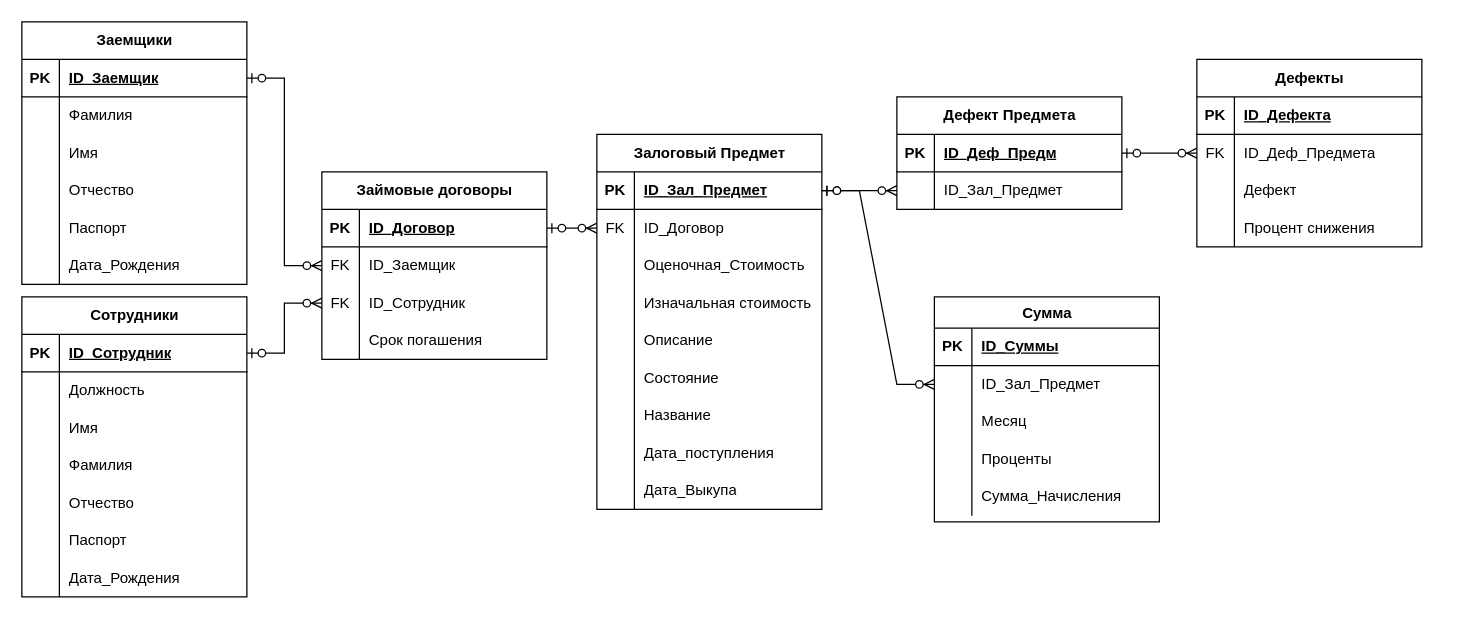
This is bsbd.drawio from 1DeMeNToR1/RocketModUpdater_32, a draw.io file, before an edit. Source tidied: cells renumbered, new cells numbered last; positions are measured from the earlier drawing's top-left corner, leaving out a move shared by most shapes. Both pictures are drawn from the tidied source at 125%, with x=0, y=0 at pixel (21, 21).
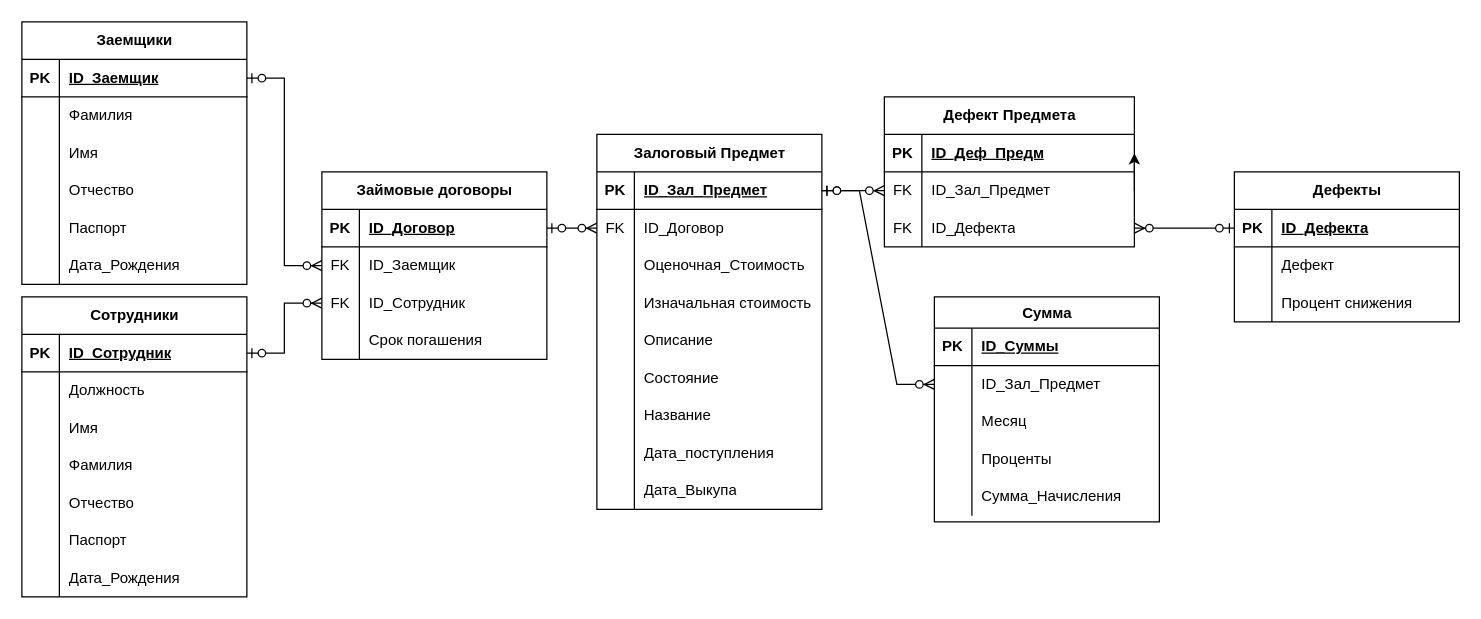
After the change.

Unchanged cells that the change refers to:
```xml
<mxCell id="111" style="shape=tableRow;horizontal=0;startSize=0;swimlaneHead=0;swimlaneBody=0;fillColor=none;points=[[0,0.5],[1,0.5]];portConstraint=eastwest;top=0;left=0;right=0;bottom=1;" parent="110" vertex="1">
  <mxGeometry y="30" width="180" height="30" as="geometry" />
</mxCell>
```

Change to the diagram source:
```diff
@@
+    <mxCell id="126" style="edgeStyle=orthogonalEdgeStyle;rounded=0;jettySize=auto;html=1;exitX=1;exitY=0.5;exitDx=0;exitDy=0;entryX=1;entryY=0.5;entryDx=0;entryDy=0;" parent="1" edge="1" source="90" target="87">
+      <mxGeometry relative="1" as="geometry" />
+    </mxCell>
@@
     <mxCell id="86" value="Дефект Предмета" style="shape=table;startSize=30;childLayout=tableLayout;rowLines=0;fontStyle=1;align=center;html=1;" parent="1" vertex="1">
-      <mxGeometry x="700" y="60" width="180" height="90" as="geometry" />
+      <mxGeometry x="690" y="60" width="200" height="120" as="geometry" />
     </mxCell>
     <mxCell id="87" style="shape=tableRow;horizontal=0;startSize=0;swimlaneHead=0;swimlaneBody=0;fillColor=none;points=[[0,0.5],[1,0.5]];portConstraint=eastwest;top=0;left=0;right=0;bottom=1;" parent="86" vertex="1">
-      <mxGeometry y="30" width="180" height="30" as="geometry" />
+      <mxGeometry y="30" width="200" height="30" as="geometry" />
     </mxCell>
@@
     <mxCell id="89" value="ID_Деф_Предм" style="shape=partialRectangle;fillColor=none;top=0;left=0;bottom=0;right=0;align=left;spacingLeft=6;fontStyle=5;overflow=hidden;whiteSpace=wrap;html=1;" parent="87" vertex="1">
-      <mxGeometry x="30" width="150" height="30" as="geometry" />
+      <mxGeometry x="30" width="170" height="30" as="geometry" />
     </mxCell>
     <mxCell id="90" style="shape=tableRow;horizontal=0;startSize=0;swimlaneHead=0;swimlaneBody=0;fillColor=none;points=[[0,0.5],[1,0.5]];portConstraint=eastwest;top=0;left=0;right=0;bottom=0;" parent="86" vertex="1">
-      <mxGeometry y="60" width="180" height="30" as="geometry" />
+      <mxGeometry y="60" width="200" height="30" as="geometry" />
     </mxCell>
-    <mxCell id="91" style="shape=partialRectangle;fillColor=none;top=0;left=0;bottom=0;right=0;overflow=hidden;whiteSpace=wrap;html=1;" parent="90" vertex="1">
+    <mxCell id="91" value="FK" style="shape=partialRectangle;fillColor=none;top=0;left=0;bottom=0;right=0;overflow=hidden;whiteSpace=wrap;html=1;" parent="90" vertex="1">
       <mxGeometry width="30" height="30" as="geometry" />
     </mxCell>
     <mxCell id="92" value="ID_Зал_Предмет" style="shape=partialRectangle;fillColor=none;top=0;left=0;bottom=0;right=0;align=left;spacingLeft=6;overflow=hidden;whiteSpace=wrap;html=1;" parent="90" vertex="1">
-      <mxGeometry x="30" width="150" height="30" as="geometry" />
+      <mxGeometry x="30" width="170" height="30" as="geometry" />
     </mxCell>
+    <mxCell id="127" style="shape=tableRow;horizontal=0;startSize=0;swimlaneHead=0;swimlaneBody=0;fillColor=none;points=[[0,0.5],[1,0.5]];portConstraint=eastwest;top=0;left=0;right=0;bottom=0;" parent="86" vertex="1">
+      <mxGeometry y="90" width="200" height="30" as="geometry" />
+    </mxCell>
+    <mxCell id="115" value="FK" style="shape=partialRectangle;fillColor=none;top=0;left=0;bottom=0;right=0;overflow=hidden;whiteSpace=wrap;html=1;" parent="127" vertex="1">
+      <mxGeometry width="30" height="30" as="geometry" />
+    </mxCell>
+    <mxCell id="128" value="ID_Дефекта" style="shape=partialRectangle;fillColor=none;top=0;left=0;bottom=0;right=0;align=left;spacingLeft=6;overflow=hidden;whiteSpace=wrap;html=1;" parent="127" vertex="1">
+      <mxGeometry x="30" width="170" height="30" as="geometry" />
+    </mxCell>
@@
     <mxCell id="110" value="Дефекты" style="shape=table;startSize=30;childLayout=tableLayout;rowLines=0;fontStyle=1;align=center;html=1;" parent="1" vertex="1">
-      <mxGeometry x="940" y="30" width="180" height="150" as="geometry" />
+      <mxGeometry x="970" y="120" width="180" height="120" as="geometry" />
     </mxCell>
@@
-    <mxCell id="114" style="shape=tableRow;horizontal=0;startSize=0;swimlaneHead=0;swimlaneBody=0;fillColor=none;points=[[0,0.5],[1,0.5]];portConstraint=eastwest;top=0;left=0;right=0;bottom=0;" parent="110" vertex="1">
-      <mxGeometry y="60" width="180" height="30" as="geometry" />
-    </mxCell>
-    <mxCell id="115" value="FK" style="shape=partialRectangle;fillColor=none;top=0;left=0;bottom=0;right=0;overflow=hidden;whiteSpace=wrap;html=1;" parent="114" vertex="1">
-      <mxGeometry width="30" height="30" as="geometry" />
-    </mxCell>
-    <mxCell id="116" value="ID_Деф_Предмета" style="shape=partialRectangle;fillColor=none;top=0;left=0;bottom=0;right=0;align=left;spacingLeft=6;overflow=hidden;whiteSpace=wrap;html=1;" parent="114" vertex="1">
-      <mxGeometry x="30" width="150" height="30" as="geometry" />
-    </mxCell>
     <mxCell id="117" style="shape=tableRow;horizontal=0;startSize=0;swimlaneHead=0;swimlaneBody=0;fillColor=none;top=0;left=0;right=0;bottom=0;" parent="110" vertex="1">
-      <mxGeometry y="90" width="180" height="30" as="geometry" />
+      <mxGeometry y="60" width="180" height="30" as="geometry" />
     </mxCell>
@@
     <mxCell id="120" style="shape=tableRow;horizontal=0;startSize=0;swimlaneHead=0;swimlaneBody=0;fillColor=none;top=0;left=0;right=0;bottom=0;" parent="110" vertex="1">
-      <mxGeometry y="120" width="180" height="30" as="geometry" />
+      <mxGeometry y="90" width="180" height="30" as="geometry" />
     </mxCell>
@@
-    <mxCell id="125" style="edgeStyle=entityRelationEdgeStyle;fontSize=12;html=1;endArrow=ERzeroToMany;startArrow=ERzeroToOne;rounded=0;exitX=1;exitY=0.5;exitDx=0;exitDy=0;entryX=0;entryY=0.5;entryDx=0;entryDy=0;" parent="1" edge="1" source="87" target="114">
+    <mxCell id="125" style="edgeStyle=entityRelationEdgeStyle;fontSize=12;html=1;endArrow=ERzeroToMany;startArrow=ERzeroToOne;rounded=0;entryX=1;entryY=0.5;entryDx=0;entryDy=0;" parent="1" edge="1" source="111" target="127">
       <mxGeometry relative="1" as="geometry" />
     </mxCell>
```
